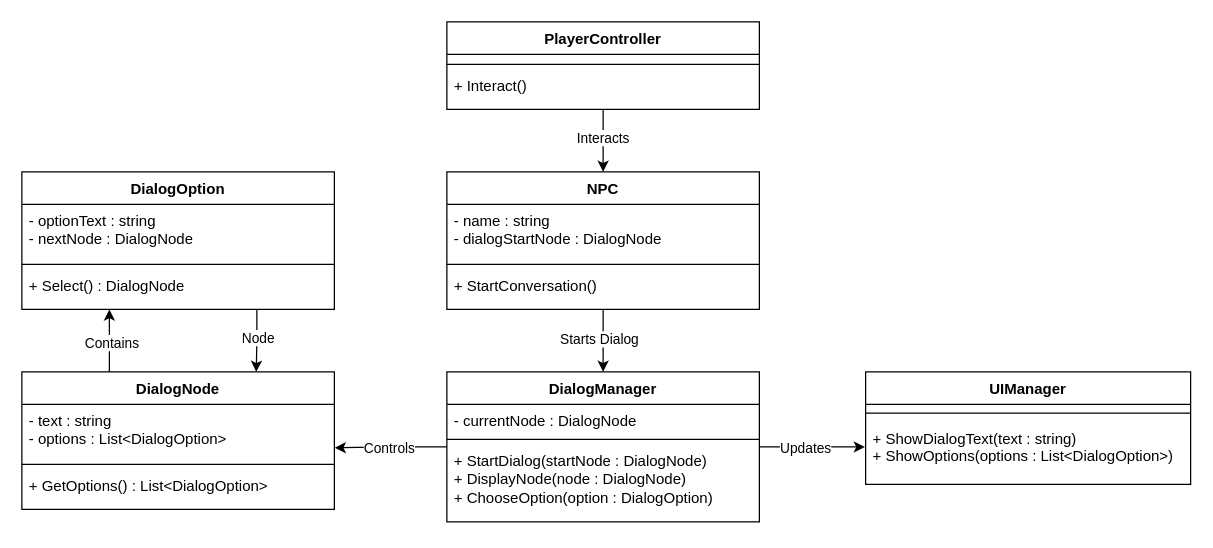
Raditya259/ClassDiagram keeps this draw.io diagram as UI/Diagram Tanpa Judul.drawio. Above is the earlier version. Source tidied: cells renumbered, new cells numbered last; positions are measured from the earlier drawing's top-left corner, leaving out a move shared by most shapes. Both pictures are drawn from the tidied source at 125%, with x=0, y=0 at pixel (21, 21).
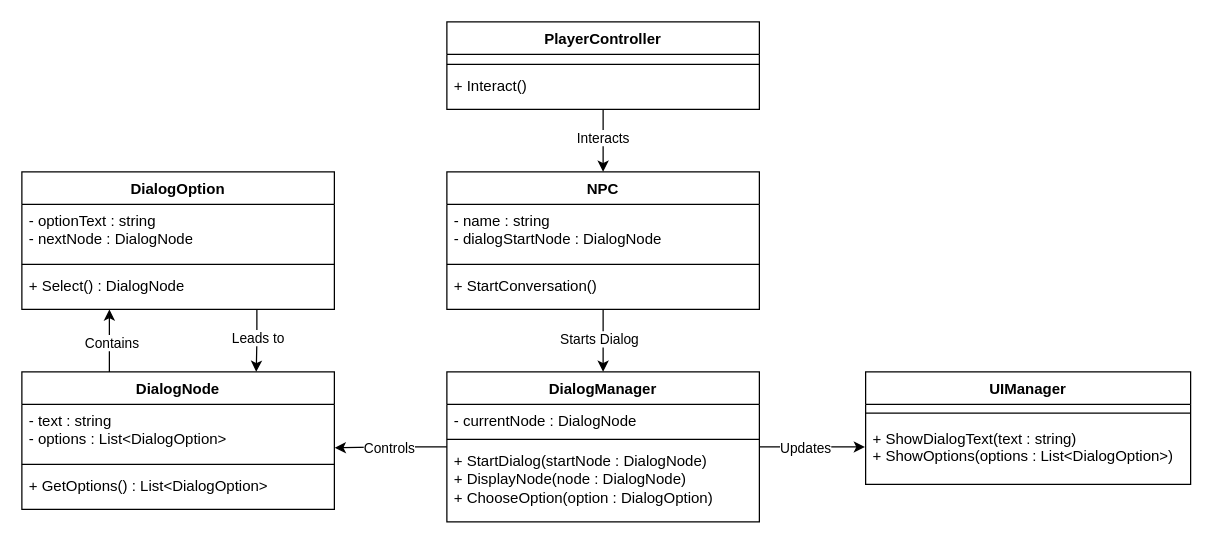
Above is the later version.

The change refers to these unchanged cells:
```xml
<mxCell id="29" style="edgeStyle=orthogonalEdgeStyle;rounded=0;jettySize=auto;html=1;entryX=0.75;entryY=0;entryDx=0;entryDy=0;" parent="1" edge="1" source="31" target="25">
  <mxGeometry relative="1" as="geometry">
    <Array as="points">
      <mxPoint x="188" y="255" />
      <mxPoint x="188" y="255" />
    </Array>
  </mxGeometry>
</mxCell>
```

Diff of the diagram source:
```diff
@@
-    <mxCell id="30" value="Node" style="edgeLabel;html=1;align=center;verticalAlign=middle;" parent="29" vertex="1">
+    <mxCell id="30" value="Leads to" style="edgeLabel;html=1;align=center;verticalAlign=middle;" parent="29" vertex="1">
       <mxGeometry x="-0.13" relative="1" as="geometry" />
     </mxCell>
```
